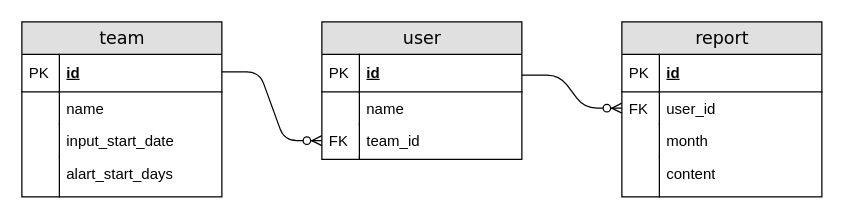
This is docs/ER.drawio from rexiaxm7/practice-spring-boot-api, a draw.io file, before an edit. Source tidied: cells renumbered, new cells numbered last; positions are measured from the earlier drawing's top-left corner, leaving out a move shared by most shapes. Both pictures are drawn from the tidied source at 125%, with x=0, y=0 at pixel (21, 21).
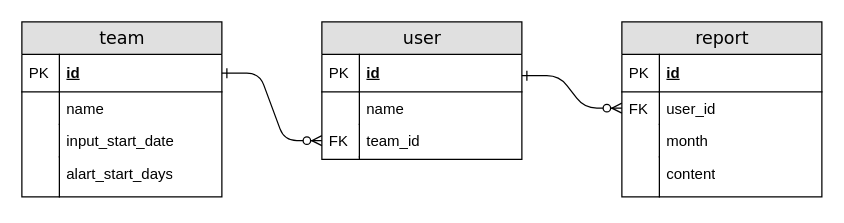
The same page after the edit.

The change refers to these unchanged cells:
```xml
<mxCell id="5" value="user_id" style="shape=partialRectangle;top=0;left=0;right=0;bottom=0;html=1;align=left;verticalAlign=top;fillColor=none;spacingLeft=34;spacingRight=4;whiteSpace=wrap;overflow=hidden;points=[[0,0.5],[1,0.5]];portConstraint=eastwest;" parent="2" vertex="1">
  <mxGeometry y="56" width="160" height="26" as="geometry" />
</mxCell>
<mxCell id="16" value="team_id" style="shape=partialRectangle;top=0;left=0;right=0;bottom=0;html=1;align=left;verticalAlign=top;fillColor=none;spacingLeft=34;spacingRight=4;whiteSpace=wrap;overflow=hidden;points=[[0,0.5],[1,0.5]];portConstraint=eastwest;" parent="11" vertex="1">
  <mxGeometry y="82" width="160" height="26" as="geometry" />
</mxCell>
<mxCell id="21" value="id" style="shape=partialRectangle;top=0;left=0;right=0;bottom=1;html=1;align=left;verticalAlign=middle;fillColor=none;spacingLeft=34;spacingRight=4;whiteSpace=wrap;overflow=hidden;points=[[0,0.5],[1,0.5]];portConstraint=eastwest;fontStyle=5;" parent="20" vertex="1">
  <mxGeometry y="26" width="160" height="30" as="geometry" />
</mxCell>
```

The edit, as a diff of the source:
```diff
@@
-    <mxCell id="29" style="edgeStyle=entityRelationEdgeStyle;fontSize=12;html=1;endArrow=ERzeroToMany;endFill=1;entryX=0;entryY=0.5;entryDx=0;entryDy=0;" parent="1" edge="1" target="16">
-      <mxGeometry relative="1" as="geometry">
-        <mxPoint x="160" y="40" as="sourcePoint" />
-      </mxGeometry>
-    </mxCell>
-    <mxCell id="30" style="edgeStyle=entityRelationEdgeStyle;fontSize=12;html=1;endArrow=ERzeroToMany;endFill=1;entryX=0;entryY=0.5;entryDx=0;entryDy=0;" parent="1" edge="1" target="5">
-      <mxGeometry relative="1" as="geometry">
-        <mxPoint x="400" y="42.5" as="sourcePoint" />
-      </mxGeometry>
-    </mxCell>
+    <mxCell id="31" style="edgeStyle=entityRelationEdgeStyle;fontSize=12;html=1;endArrow=ERzeroToMany;startArrow=ERone;exitX=1;exitY=0.5;exitDx=0;exitDy=0;entryX=0;entryY=0.5;entryDx=0;entryDy=0;startFill=0;" parent="1" edge="1" source="21" target="16">
+      <mxGeometry relative="1" as="geometry" />
+    </mxCell>
+    <mxCell id="32" style="edgeStyle=entityRelationEdgeStyle;fontSize=12;html=1;endArrow=ERzeroToMany;startArrow=ERone;exitX=1;exitY=0.5;exitDx=0;exitDy=0;entryX=0;entryY=0.5;entryDx=0;entryDy=0;startFill=0;" parent="1" edge="1" target="5">
+      <mxGeometry relative="1" as="geometry">
+        <mxPoint x="400" y="43" as="sourcePoint" />
+      </mxGeometry>
+    </mxCell>
```
